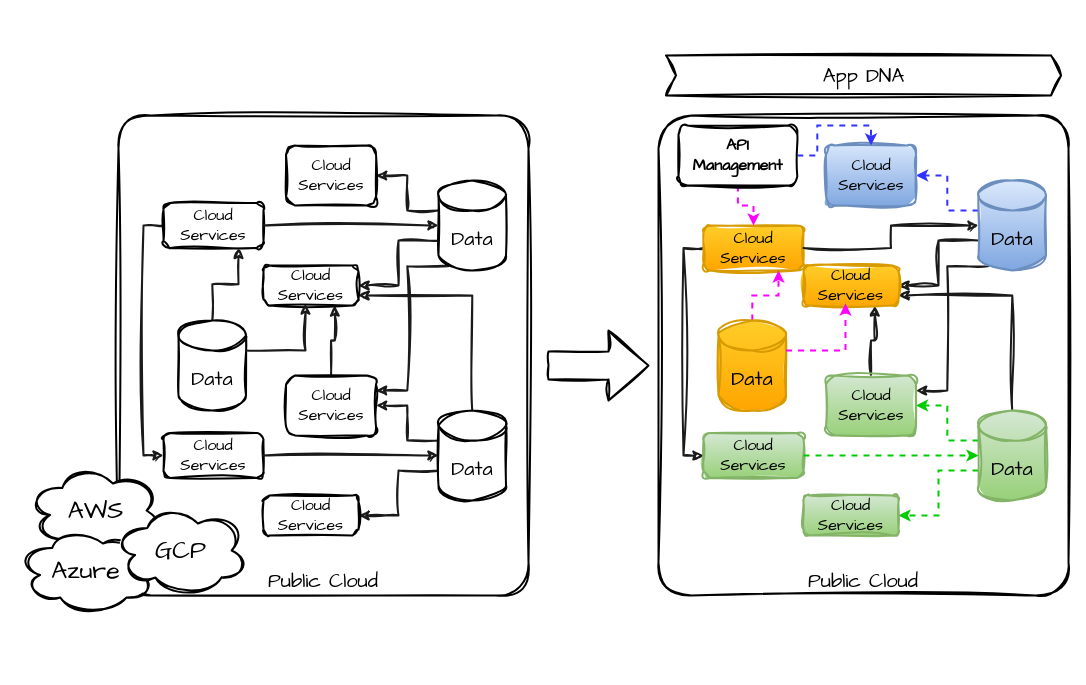
This is page "Contextualize AppSec from Code to Cloud" (5 of 6) of Prisma Cloud - Strategy 2025.drawio from billhoph/whiteboards, a draw.io file, before an edit. Source tidied: cells renumbered, new cells numbered last; positions are measured from the earlier drawing's top-left corner, leaving out a move shared by most shapes. Both pictures are drawn from the tidied source at 100%, with x=0, y=0 at pixel (18, 55).
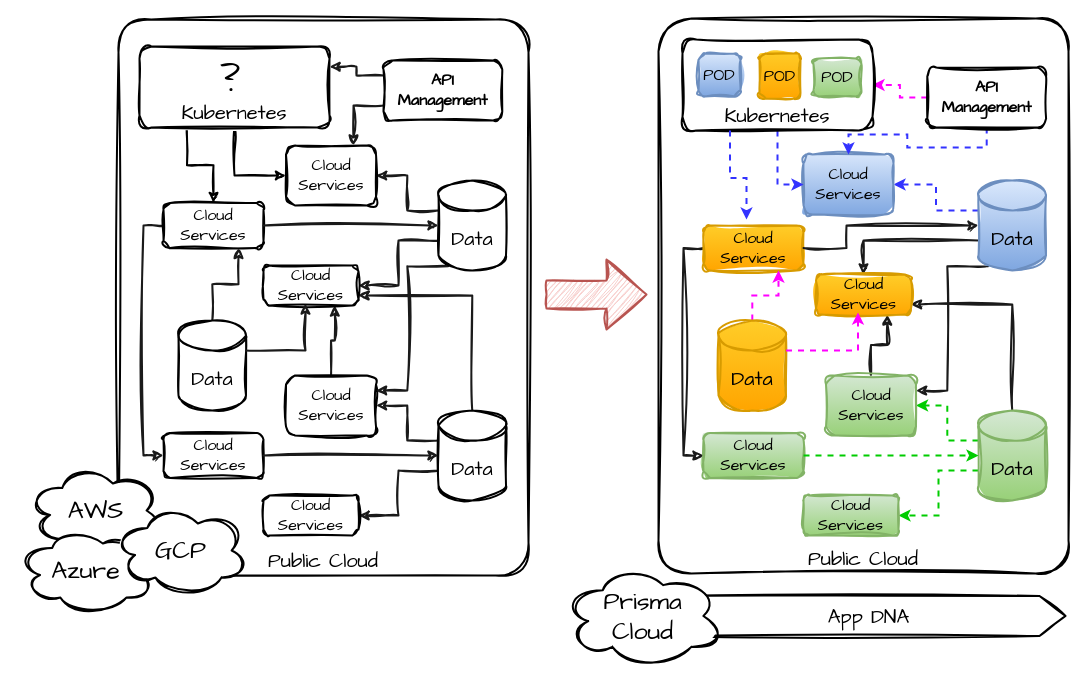
The same page after the edit.

Unchanged cells that the change refers to:
```xml
<mxCell id="20" value="Cloud Services" style="rounded=1;whiteSpace=wrap;html=1;sketch=1;hachureGap=4;jiggle=2;curveFitting=1;fontFamily=Architects Daughter;fontSize=16;strokeWidth=2;" parent="1" vertex="1">
  <mxGeometry x="145" y="147.5" width="100" height="45" as="geometry" />
</mxCell>
<mxCell id="21" value="Cloud Services" style="rounded=1;whiteSpace=wrap;html=1;sketch=1;hachureGap=4;jiggle=2;curveFitting=1;fontFamily=Architects Daughter;fontSize=16;strokeWidth=2;" parent="1" vertex="1">
  <mxGeometry x="267.5" y="90" width="90" height="60" as="geometry" />
</mxCell>
<mxCell id="40" value="Data" style="shape=cylinder3;whiteSpace=wrap;html=1;boundedLbl=1;backgroundOutline=1;size=15;sketch=1;hachureGap=4;jiggle=2;curveFitting=1;fontFamily=Architects Daughter;fontSize=20;strokeWidth=2;fillColor=#dae8fc;gradientColor=#7ea6e0;strokeColor=#6c8ebf;" parent="1" vertex="1">
  <mxGeometry x="960" y="125" width="67.5" height="90" as="geometry" />
</mxCell>
<mxCell id="42" value="Cloud Services" style="rounded=1;whiteSpace=wrap;html=1;sketch=1;hachureGap=4;jiggle=2;curveFitting=1;fontFamily=Architects Daughter;fontSize=16;strokeWidth=2;fillColor=#ffcd28;gradientColor=#ffa500;strokeColor=#d79b00;" parent="1" vertex="1">
  <mxGeometry x="685" y="170" width="100" height="45" as="geometry" />
</mxCell>
```

The edit, as a diff of the source:
```diff
@@
     <mxCell id="2" value="Public Cloud" style="rounded=1;whiteSpace=wrap;html=1;sketch=1;hachureGap=4;jiggle=2;curveFitting=1;fontFamily=Architects Daughter;arcSize=8;verticalAlign=bottom;fontSize=20;strokeWidth=2;" parent="1" vertex="1">
-      <mxGeometry x="100" y="60" width="410" height="480" as="geometry" />
+      <mxGeometry x="100" y="-36" width="410" height="556" as="geometry" />
     </mxCell>
@@
     <mxCell id="27" value="Public Cloud" style="rounded=1;whiteSpace=wrap;html=1;sketch=1;hachureGap=4;jiggle=2;curveFitting=1;fontFamily=Architects Daughter;arcSize=8;verticalAlign=bottom;fontSize=20;strokeWidth=2;" parent="1" vertex="1">
-      <mxGeometry x="640" y="60" width="410" height="480" as="geometry" />
+      <mxGeometry x="640" y="-37" width="410" height="555" as="geometry" />
     </mxCell>
@@
     <mxCell id="43" value="Cloud Services" style="rounded=1;whiteSpace=wrap;html=1;sketch=1;hachureGap=4;jiggle=2;curveFitting=1;fontFamily=Architects Daughter;fontSize=16;strokeWidth=2;fillColor=#dae8fc;gradientColor=#7ea6e0;strokeColor=#6c8ebf;" parent="1" vertex="1">
-      <mxGeometry x="807.5" y="90" width="90" height="60" as="geometry" />
+      <mxGeometry x="785" y="99" width="90" height="60" as="geometry" />
     </mxCell>
     <mxCell id="44" value="Cloud Services" style="rounded=1;whiteSpace=wrap;html=1;sketch=1;hachureGap=4;jiggle=2;curveFitting=1;fontFamily=Architects Daughter;fontSize=16;strokeWidth=2;fillColor=#ffcd28;gradientColor=#ffa500;strokeColor=#d79b00;" parent="1" vertex="1">
-      <mxGeometry x="785" y="210" width="95" height="40" as="geometry" />
+      <mxGeometry x="797.5" y="219" width="95" height="40" as="geometry" />
     </mxCell>
     <mxCell id="45" style="edgeStyle=orthogonalEdgeStyle;rounded=0;hachureGap=4;jettySize=auto;html=1;exitX=1;exitY=0.5;exitDx=0;exitDy=0;entryX=0;entryY=0.5;entryDx=0;entryDy=0;entryPerimeter=0;strokeColor=#1A1A1A;strokeWidth=2;align=center;verticalAlign=middle;fontFamily=Architects Daughter;fontSize=11;fontColor=default;labelBackgroundColor=default;endArrow=classic;flowAnimation=0;sketch=1;curveFitting=1;jiggle=2;" parent="1" edge="1" source="42" target="40">
-      <mxGeometry relative="1" as="geometry" />
+      <mxGeometry relative="1" as="geometry">
+        <Array as="points">
+          <mxPoint x="828" y="193" />
+          <mxPoint x="828" y="170" />
+        </Array>
+      </mxGeometry>
     </mxCell>
@@
+    <mxCell id="50" style="edgeStyle=orthogonalEdgeStyle;rounded=0;hachureGap=4;jettySize=auto;html=1;strokeColor=#FF00FF;strokeWidth=2;align=center;verticalAlign=middle;fontFamily=Architects Daughter;fontSize=11;fontColor=default;labelBackgroundColor=default;endArrow=classic;flowAnimation=1;dashed=1;" parent="1" edge="1" source="51" target="58">
+      <mxGeometry relative="1" as="geometry" />
+    </mxCell>
-    <mxCell id="49" style="edgeStyle=orthogonalEdgeStyle;rounded=0;hachureGap=4;jettySize=auto;html=1;exitX=1;exitY=0.5;exitDx=0;exitDy=0;entryX=0.5;entryY=0;entryDx=0;entryDy=0;strokeColor=#3333FF;strokeWidth=2;align=center;verticalAlign=middle;fontFamily=Architects Daughter;fontSize=11;fontColor=default;labelBackgroundColor=default;endArrow=classic;flowAnimation=1;dashed=1;" parent="1" edge="1" source="51" target="43">
+    <mxCell id="49" style="edgeStyle=orthogonalEdgeStyle;rounded=0;hachureGap=4;jettySize=auto;html=1;exitX=0.5;exitY=1;exitDx=0;exitDy=0;entryX=0.5;entryY=0;entryDx=0;entryDy=0;dashed=1;strokeColor=#3333FF;strokeWidth=2;align=center;verticalAlign=middle;fontFamily=Architects Daughter;fontSize=11;fontColor=default;labelBackgroundColor=default;endArrow=classic;flowAnimation=1;" parent="1" edge="1" source="51" target="43">
       <mxGeometry relative="1" as="geometry" />
     </mxCell>
-    <mxCell id="50" style="edgeStyle=orthogonalEdgeStyle;rounded=0;hachureGap=4;jettySize=auto;html=1;exitX=0.5;exitY=1;exitDx=0;exitDy=0;entryX=0.5;entryY=0;entryDx=0;entryDy=0;strokeColor=#FF00FF;strokeWidth=2;align=center;verticalAlign=middle;fontFamily=Architects Daughter;fontSize=11;fontColor=default;labelBackgroundColor=default;endArrow=classic;flowAnimation=1;dashed=1;" parent="1" edge="1" source="51" target="42">
-      <mxGeometry relative="1" as="geometry" />
-    </mxCell>
     <mxCell id="51" value="API&lt;div&gt;Management&lt;/div&gt;" style="rounded=1;whiteSpace=wrap;html=1;sketch=1;hachureGap=4;jiggle=2;curveFitting=1;fontFamily=Architects Daughter;fontSize=16;strokeWidth=2;fontStyle=1;" parent="1" vertex="1">
-      <mxGeometry x="660" y="70" width="118.8" height="60" as="geometry" />
+      <mxGeometry x="908.8" y="12" width="118.8" height="60" as="geometry" />
     </mxCell>
-    <mxCell id="52" style="html=1;shadow=0;dashed=0;align=center;verticalAlign=middle;shape=mxgraph.arrows2.arrow;dy=0.6;dx=40;notch=0;sketch=1;hachureGap=4;jiggle=2;curveFitting=1;fontFamily=Architects Daughter;fontSize=11;fontColor=default;labelBackgroundColor=default;fontStyle=1;strokeWidth=2;" parent="1" vertex="1">
-      <mxGeometry x="530" y="275" width="100" height="70" as="geometry" />
+    <mxCell id="52" style="html=1;shadow=0;dashed=0;align=center;verticalAlign=middle;shape=mxgraph.arrows2.arrow;dy=0.6;dx=40;notch=0;sketch=1;hachureGap=4;jiggle=2;curveFitting=1;fontFamily=Architects Daughter;fontSize=11;labelBackgroundColor=default;fontStyle=1;strokeWidth=2;fillColor=#f8cecc;strokeColor=#b85450;" parent="1" vertex="1">
+      <mxGeometry x="528" y="204" width="100" height="70" as="geometry" />
     </mxCell>
-    <mxCell id="53" value="App DNA" style="html=1;shadow=0;dashed=0;align=center;verticalAlign=middle;shape=mxgraph.arrows2.arrow;dy=0;dx=10;notch=10;sketch=1;hachureGap=4;jiggle=2;curveFitting=1;fontFamily=Architects Daughter;fontSize=20;fontColor=default;labelBackgroundColor=default;strokeWidth=2;" parent="1" vertex="1">
-      <mxGeometry x="647.5" width="395" height="40" as="geometry" />
+    <mxCell id="53" value="App DNA" style="html=1;shadow=0;dashed=0;align=center;verticalAlign=middle;shape=mxgraph.arrows2.arrow;dy=0;dx=26;notch=10;sketch=1;hachureGap=4;jiggle=2;curveFitting=1;fontFamily=Architects Daughter;fontSize=20;fontColor=default;labelBackgroundColor=default;strokeWidth=2;" parent="1" vertex="1">
+      <mxGeometry x="652" y="540.5" width="395" height="40" as="geometry" />
     </mxCell>
+    <mxCell id="54" style="edgeStyle=orthogonalEdgeStyle;rounded=0;sketch=1;hachureGap=4;jiggle=2;curveFitting=1;jettySize=auto;html=1;exitX=0.25;exitY=1;exitDx=0;exitDy=0;entryX=0.5;entryY=0;entryDx=0;entryDy=0;fontFamily=Architects Daughter;strokeWidth=2;" parent="1" edge="1" source="56" target="20">
+      <mxGeometry relative="1" as="geometry" />
+    </mxCell>
+    <mxCell id="55" style="edgeStyle=orthogonalEdgeStyle;rounded=0;sketch=1;hachureGap=4;jiggle=2;curveFitting=1;jettySize=auto;html=1;exitX=0.5;exitY=1;exitDx=0;exitDy=0;entryX=0;entryY=0.5;entryDx=0;entryDy=0;fontFamily=Architects Daughter;strokeWidth=2;" parent="1" edge="1" source="56" target="21">
+      <mxGeometry relative="1" as="geometry" />
+    </mxCell>
+    <mxCell id="56" value="Kubernetes" style="rounded=1;whiteSpace=wrap;html=1;sketch=1;hachureGap=4;jiggle=2;curveFitting=1;fontFamily=Architects Daughter;strokeWidth=2;fontSize=20;verticalAlign=bottom;" parent="1" vertex="1">
+      <mxGeometry x="121" y="-9" width="190" height="81" as="geometry" />
+    </mxCell>
+    <mxCell id="57" style="edgeStyle=orthogonalEdgeStyle;rounded=0;hachureGap=4;jettySize=auto;html=1;exitX=0.5;exitY=1;exitDx=0;exitDy=0;entryX=0;entryY=0.5;entryDx=0;entryDy=0;dashed=1;strokeColor=#3333FF;strokeWidth=2;align=center;verticalAlign=middle;fontFamily=Architects Daughter;fontSize=11;fontColor=default;labelBackgroundColor=default;endArrow=classic;flowAnimation=1;" parent="1" edge="1" source="58" target="43">
+      <mxGeometry relative="1" as="geometry" />
+    </mxCell>
+    <mxCell id="58" value="Kubernetes" style="rounded=1;whiteSpace=wrap;html=1;sketch=1;hachureGap=4;jiggle=2;curveFitting=1;fontFamily=Architects Daughter;strokeWidth=2;fontSize=20;verticalAlign=bottom;" parent="1" vertex="1">
+      <mxGeometry x="664" y="-16" width="190" height="91" as="geometry" />
+    </mxCell>
+    <mxCell id="59" value="?" style="text;html=1;align=center;verticalAlign=middle;whiteSpace=wrap;rounded=0;fontFamily=Architects Daughter;fontSize=40;fontColor=default;labelBackgroundColor=default;" parent="1" vertex="1">
+      <mxGeometry x="182" y="9" width="60" height="30" as="geometry" />
+    </mxCell>
+    <mxCell id="60" value="POD" style="rounded=1;whiteSpace=wrap;html=1;sketch=1;hachureGap=4;jiggle=2;curveFitting=1;fontFamily=Architects Daughter;fontSize=16;strokeWidth=2;fillColor=#dae8fc;gradientColor=#7ea6e0;strokeColor=#6c8ebf;" parent="1" vertex="1">
+      <mxGeometry x="680" y="-2" width="42" height="43" as="geometry" />
+    </mxCell>
+    <mxCell id="61" value="POD" style="rounded=1;whiteSpace=wrap;html=1;sketch=1;hachureGap=4;jiggle=2;curveFitting=1;fontFamily=Architects Daughter;fontSize=16;strokeWidth=2;fillColor=#ffcd28;gradientColor=#ffa500;strokeColor=#d79b00;" parent="1" vertex="1">
+      <mxGeometry x="741" y="-2" width="41" height="45" as="geometry" />
+    </mxCell>
+    <mxCell id="62" value="POD" style="rounded=1;whiteSpace=wrap;html=1;sketch=1;hachureGap=4;jiggle=2;curveFitting=1;fontFamily=Architects Daughter;fontSize=16;strokeWidth=2;fillColor=#d5e8d4;gradientColor=#97d077;strokeColor=#82b366;" parent="1" vertex="1">
+      <mxGeometry x="795" y="3" width="48" height="38" as="geometry" />
+    </mxCell>
+    <mxCell id="63" style="edgeStyle=orthogonalEdgeStyle;rounded=0;hachureGap=4;jettySize=auto;html=1;exitX=0.25;exitY=1;exitDx=0;exitDy=0;entryX=0.43;entryY=-0.133;entryDx=0;entryDy=0;entryPerimeter=0;dashed=1;strokeColor=#3333FF;strokeWidth=2;align=center;verticalAlign=middle;fontFamily=Architects Daughter;fontSize=11;fontColor=default;labelBackgroundColor=default;endArrow=classic;flowAnimation=1;" parent="1" edge="1" source="58" target="42">
+      <mxGeometry relative="1" as="geometry" />
+    </mxCell>
+    <mxCell id="64" value="Prisma&lt;div&gt;Cloud&lt;/div&gt;" style="ellipse;shape=cloud;whiteSpace=wrap;html=1;sketch=1;hachureGap=4;jiggle=2;curveFitting=1;fontFamily=Architects Daughter;fontSize=25;strokeWidth=2;" parent="1" vertex="1">
+      <mxGeometry x="544" y="509" width="161" height="103" as="geometry" />
+    </mxCell>
+    <mxCell id="65" style="edgeStyle=orthogonalEdgeStyle;rounded=0;sketch=1;hachureGap=4;jiggle=2;curveFitting=1;jettySize=auto;html=1;exitX=0;exitY=0.75;exitDx=0;exitDy=0;entryX=0.75;entryY=0;entryDx=0;entryDy=0;strokeColor=#1A1A1A;strokeWidth=2;align=center;verticalAlign=middle;fontFamily=Architects Daughter;fontSize=11;fontColor=default;labelBackgroundColor=default;endArrow=classic;flowAnimation=0;" parent="1" edge="1" source="67" target="21">
+      <mxGeometry relative="1" as="geometry" />
+    </mxCell>
+    <mxCell id="66" style="edgeStyle=orthogonalEdgeStyle;rounded=0;sketch=1;hachureGap=4;jiggle=2;curveFitting=1;jettySize=auto;html=1;exitX=0;exitY=0.25;exitDx=0;exitDy=0;entryX=1;entryY=0.25;entryDx=0;entryDy=0;strokeColor=#1A1A1A;strokeWidth=2;align=center;verticalAlign=middle;fontFamily=Architects Daughter;fontSize=11;fontColor=default;labelBackgroundColor=default;endArrow=classic;flowAnimation=0;" parent="1" edge="1" source="67" target="56">
+      <mxGeometry relative="1" as="geometry" />
+    </mxCell>
+    <mxCell id="67" value="API&lt;div&gt;Management&lt;/div&gt;" style="rounded=1;whiteSpace=wrap;html=1;sketch=1;hachureGap=4;jiggle=2;curveFitting=1;fontFamily=Architects Daughter;fontSize=16;strokeWidth=2;fontStyle=1;" parent="1" vertex="1">
+      <mxGeometry x="365" y="5" width="118.8" height="60" as="geometry" />
+    </mxCell>
```
